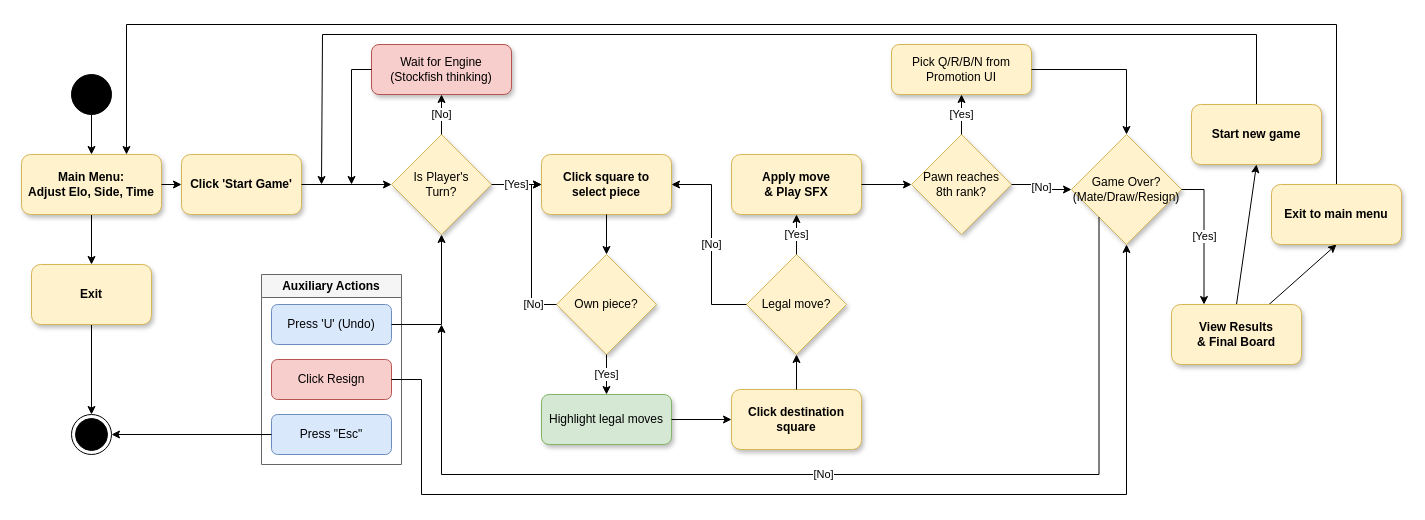
The draw.io diagram page "ACTIVITY" (5 of 6) of UMLs/UML.drawio in Makar1y/chess-game-project, before the edit. Source tidied: cells renumbered, new cells numbered last; positions are measured from the earlier drawing's top-left corner, leaving out a move shared by most shapes. Both pictures are drawn from the tidied source at 100%, with x=0, y=0 at pixel (21, 24).
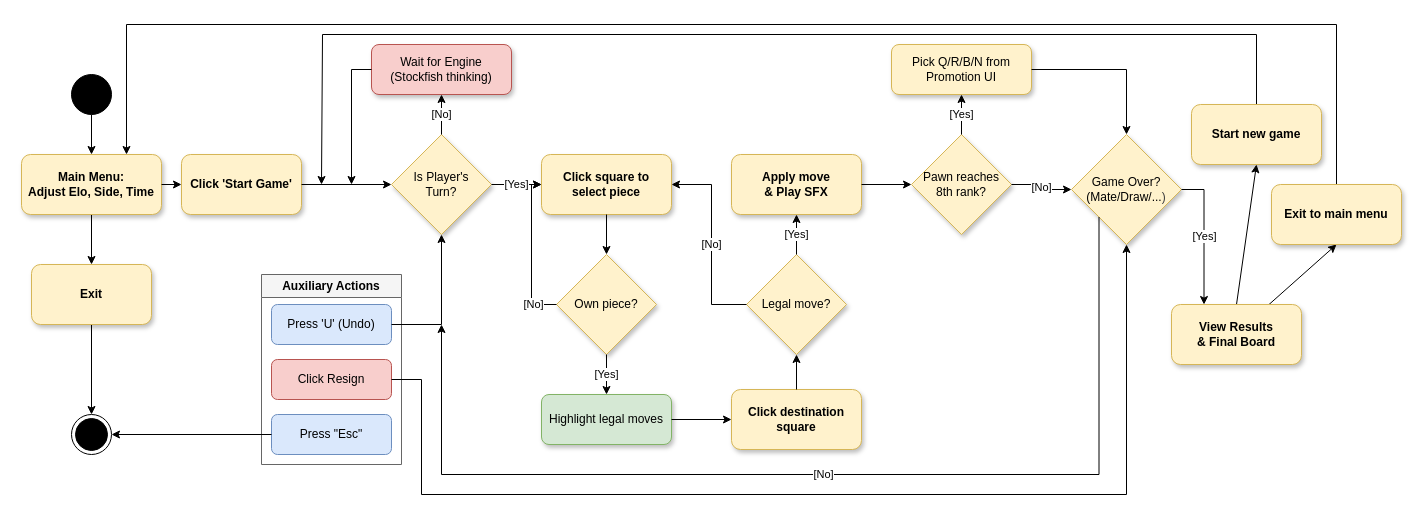
After the change.

The edit, as a diff of the source:
```diff
@@
-    <mxCell id="22" value="Game Over?&#10;(Mate/Draw/Resign)" style="rhombus;whiteSpace=wrap;html=1;fillColor=#fff2cc;strokeColor=#d6b656;shadow=1;" parent="1" vertex="1">
+    <mxCell id="22" value="Game Over?&lt;br&gt;(Mate/Draw/...&lt;span style=&quot;background-color: transparent; color: rgb(63, 63, 63);&quot;&gt;)&lt;/span&gt;" style="rhombus;whiteSpace=wrap;html=1;fillColor=#fff2cc;strokeColor=#d6b656;shadow=1;" parent="1" vertex="1">
       <mxGeometry x="1050" y="110" width="110" height="110" as="geometry" />
     </mxCell>
```
